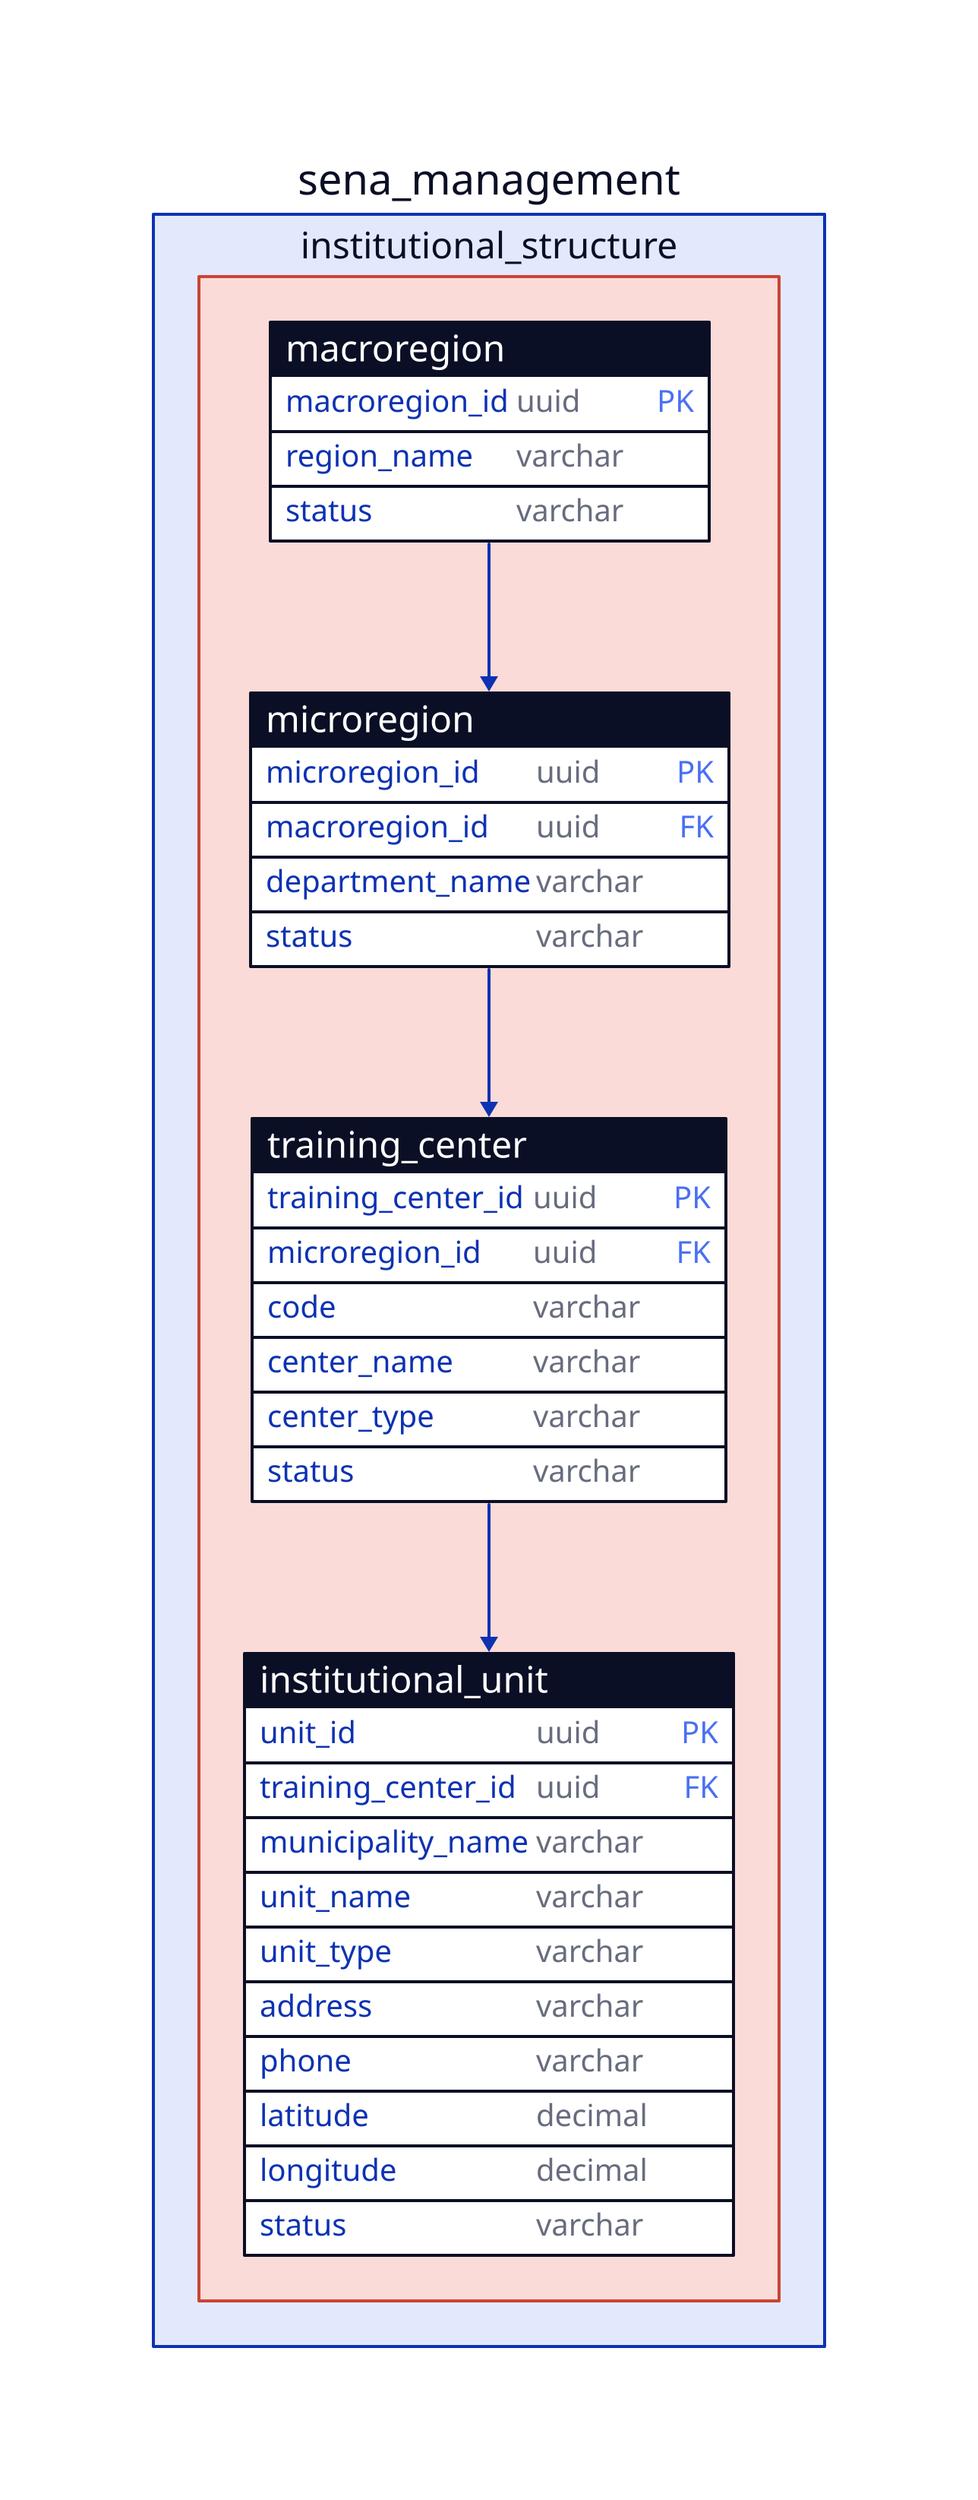
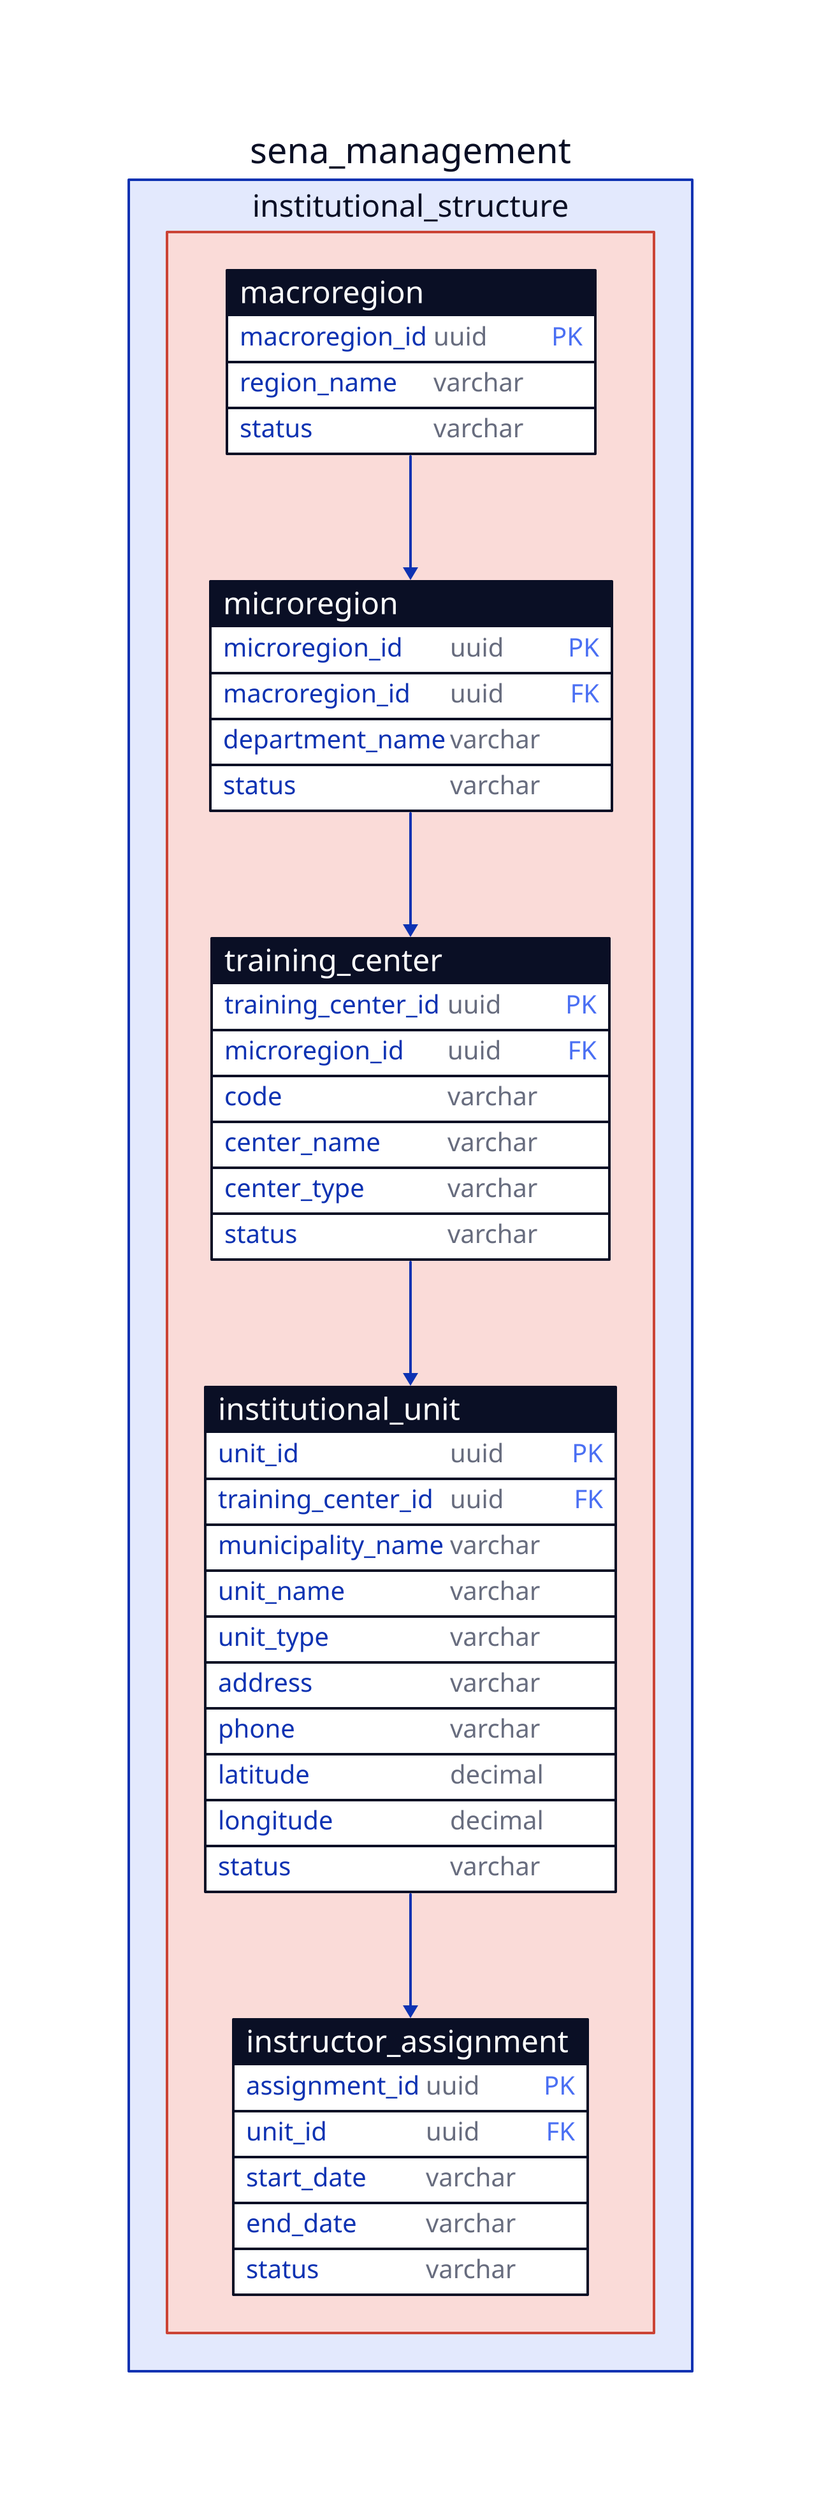
sena_management: {
  institutional_structure: {
    style.fill: "#FADBD8"
    style.stroke: "#CB4335"

    macroregion: {
      shape: sql_table

      macroregion_id: uuid {constraint: primary_key}
      region_name: varchar
      status: varchar
    }

    microregion: {
      shape: sql_table

      microregion_id: uuid {constraint: primary_key}
      macroregion_id: uuid {constraint: foreign_key}
      department_name: varchar
      status: varchar
    }

    training_center: {
      shape: sql_table

      training_center_id: uuid {constraint: primary_key}
      microregion_id: uuid {constraint: foreign_key}
      code: varchar
      center_name: varchar
      center_type: varchar
      status: varchar
    }

    institutional_unit: {
      shape: sql_table

      unit_id: uuid {constraint: primary_key}
      training_center_id: uuid {constraint: foreign_key}
      municipality_name: varchar
      unit_name: varchar
      unit_type: varchar
      address: varchar
      phone: varchar
      latitude: decimal
      longitude: decimal
      status: varchar
    }
+ 
+     instructor_assignment: {
+       shape: sql_table
+ 
+       assignment_id: uuid {constraint: primary_key}
+       unit_id: uuid {constraint: foreign_key}
+       start_date: varchar
+       end_date: varchar
+       status: varchar
+     }
  }

  institutional_structure.macroregion.macroregion_id -> institutional_structure.microregion.macroregion_id

  institutional_structure.microregion.microregion_id -> institutional_structure.training_center.microregion_id

  institutional_structure.training_center.training_center_id -> institutional_structure.institutional_unit.training_center_id
+ 
+   institutional_structure.institutional_unit.unit_id -> institutional_structure.instructor_assignment.unit_id
}
+ 
